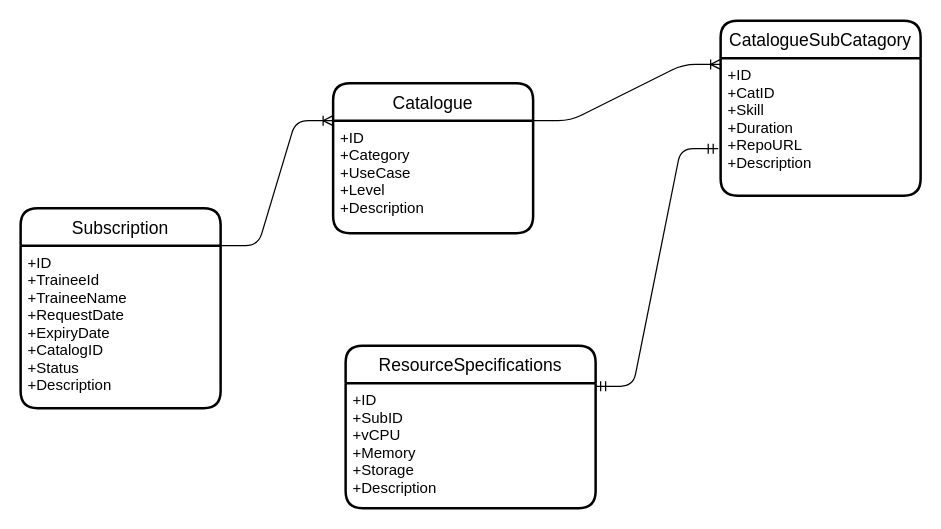
Above: page "Page-1" (1 of 2) of Untitled Diagram.drawio in meghaiscloud/diagram (draw.io), before the change. Source tidied: cells renumbered, new cells numbered last; positions are measured from the earlier drawing's top-left corner, leaving out a move shared by most shapes. Both pictures are drawn from the tidied source at 125%, with x=0, y=0 at pixel (20, 20).
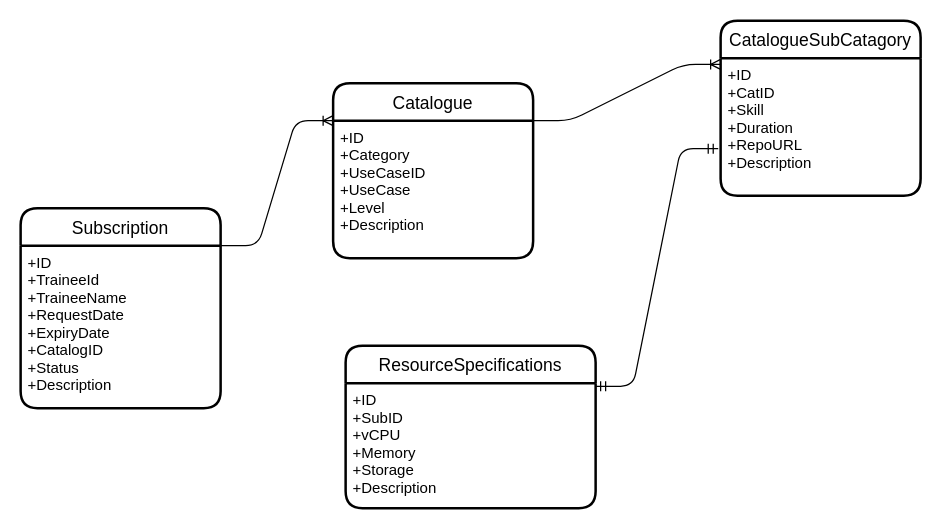
The same diagram, later.

Diff of the diagram source:
```diff
@@
 <mxGraphModel>
   <root>
     <mxCell id="0" />
     <mxCell id="1" parent="0" />
     <mxCell id="2" value="Catalogue" style="swimlane;horizontal=1;startSize=30;rounded=1;fontSize=14;fontStyle=0;strokeWidth=2;shadow=0;dashed=0;align=center;" parent="1" vertex="1">
-      <mxGeometry x="250" y="50" width="160" height="120" as="geometry" />
+      <mxGeometry x="250" y="50" width="160" height="140" as="geometry" />
     </mxCell>
-    <mxCell id="3" value="+ID&#10;+Category&#10;+UseCase&#10;+Level&#10;+Description" style="align=left;strokeColor=none;fillColor=none;spacingLeft=4;fontSize=12;verticalAlign=top;" parent="2" vertex="1">
-      <mxGeometry y="30" width="160" height="90" as="geometry" />
+    <mxCell id="3" value="+ID&#10;+Category&#10;+UseCaseID&#10;+UseCase&#10;+Level&#10;+Description" style="align=left;strokeColor=none;fillColor=none;spacingLeft=4;fontSize=12;verticalAlign=top;" parent="2" vertex="1">
+      <mxGeometry y="30" width="160" height="110" as="geometry" />
     </mxCell>
     <mxCell id="4" style="edgeStyle=entityRelationEdgeStyle;fontSize=12;html=1;endArrow=ERoneToMany;entryX=0;entryY=0.25;entryDx=0;entryDy=0;" parent="1" edge="1" target="6">
       <mxGeometry relative="1" as="geometry">
         <mxPoint x="410" y="80" as="sourcePoint" />
       </mxGeometry>
     </mxCell>
     <mxCell id="5" style="edgeStyle=entityRelationEdgeStyle;fontSize=12;html=1;endArrow=ERmandOne;startArrow=ERmandOne;entryX=-0.012;entryY=0.659;entryDx=0;entryDy=0;entryPerimeter=0;exitX=1;exitY=0.25;exitDx=0;exitDy=0;" parent="1" edge="1" source="8" target="7">
       <mxGeometry relative="1" as="geometry" />
     </mxCell>
     <mxCell id="6" value="CatalogueSubCatagory" style="swimlane;horizontal=1;startSize=30;rounded=1;fontSize=14;fontStyle=0;strokeWidth=2;shadow=0;dashed=0;align=center;" parent="1" vertex="1">
       <mxGeometry x="560" width="160" height="140" as="geometry" />
     </mxCell>
     <mxCell id="7" value="+ID&#10;+CatID&#10;+Skill&#10;+Duration&#10;+RepoURL&#10;+Description" style="align=left;strokeColor=none;fillColor=none;spacingLeft=4;fontSize=12;verticalAlign=top;" parent="6" vertex="1">
       <mxGeometry y="30" width="160" height="110" as="geometry" />
     </mxCell>
     <mxCell id="8" value="ResourceSpecifications" style="swimlane;horizontal=1;startSize=30;rounded=1;fontSize=14;fontStyle=0;strokeWidth=2;shadow=0;dashed=0;align=center;" parent="1" vertex="1">
       <mxGeometry x="260" y="260" width="200" height="130" as="geometry" />
     </mxCell>
     <mxCell id="9" value="+ID&#10;+SubID&#10;+vCPU&#10;+Memory&#10;+Storage&#10;+Description" style="align=left;strokeColor=none;fillColor=none;spacingLeft=4;fontSize=12;verticalAlign=top;" parent="8" vertex="1">
       <mxGeometry y="30" width="200" height="100" as="geometry" />
     </mxCell>
     <mxCell id="10" value="Subscription" style="swimlane;horizontal=1;startSize=30;rounded=1;fontSize=14;fontStyle=0;strokeWidth=2;shadow=0;dashed=0;align=center;" parent="1" vertex="1">
       <mxGeometry y="150" width="160" height="160" as="geometry" />
     </mxCell>
     <mxCell id="11" value="+ID&#10;+TraineeId&#10;+TraineeName&#10;+RequestDate&#10;+ExpiryDate&#10;+CatalogID&#10;+Status&#10;+Description" style="align=left;strokeColor=none;fillColor=none;spacingLeft=4;fontSize=12;verticalAlign=top;" parent="10" vertex="1">
       <mxGeometry y="30" width="160" height="130" as="geometry" />
     </mxCell>
     <mxCell id="12" style="edgeStyle=entityRelationEdgeStyle;fontSize=12;html=1;endArrow=ERoneToMany;exitX=1;exitY=0;exitDx=0;exitDy=0;entryX=0;entryY=0;entryDx=0;entryDy=0;" parent="1" edge="1" source="11" target="3">
       <mxGeometry relative="1" as="geometry" />
     </mxCell>
   </root>
 </mxGraphModel>
```
